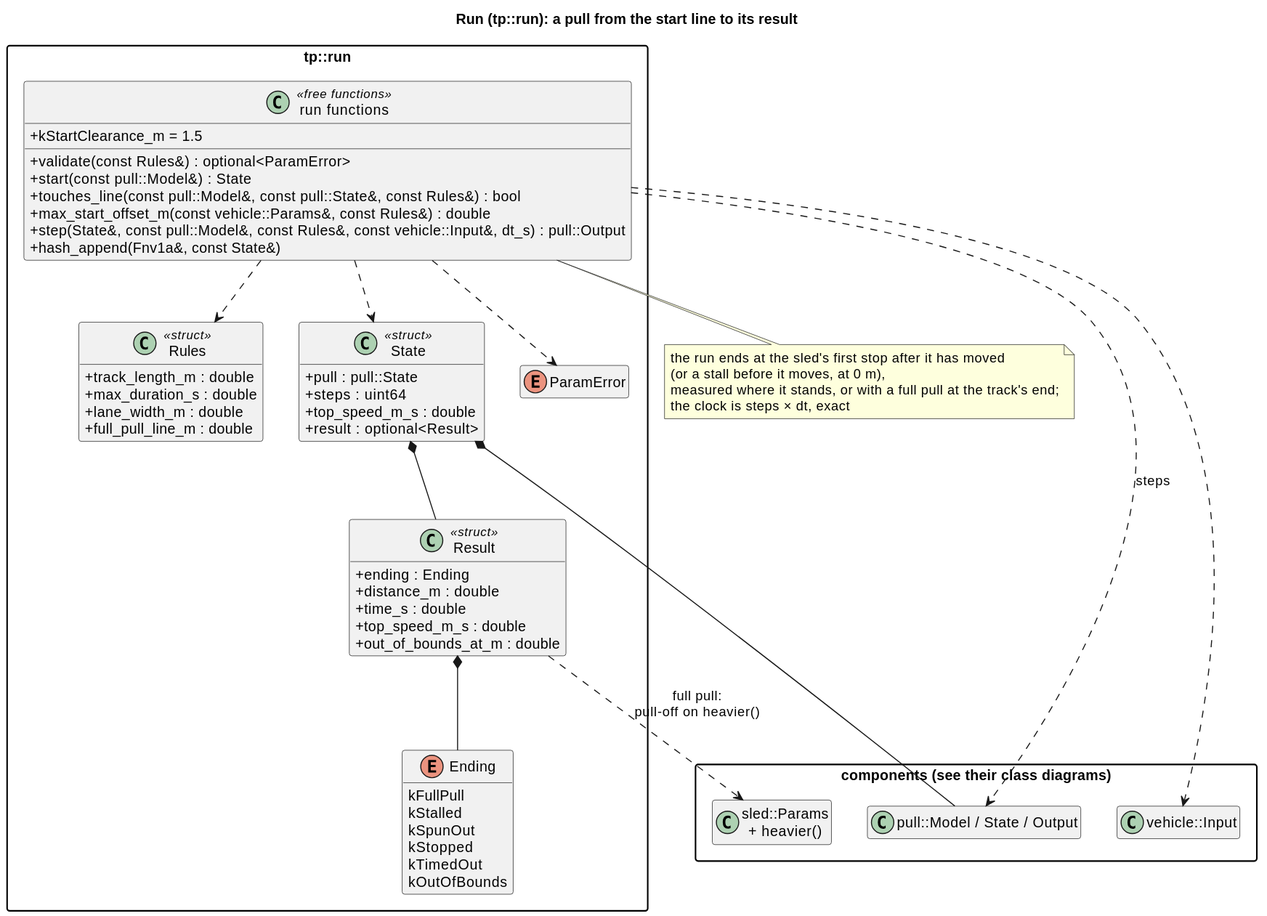
The PlantUML diagram docs/diagrams/svg/run_classes.svg in wversteeg/TractorPulling, before a commit.
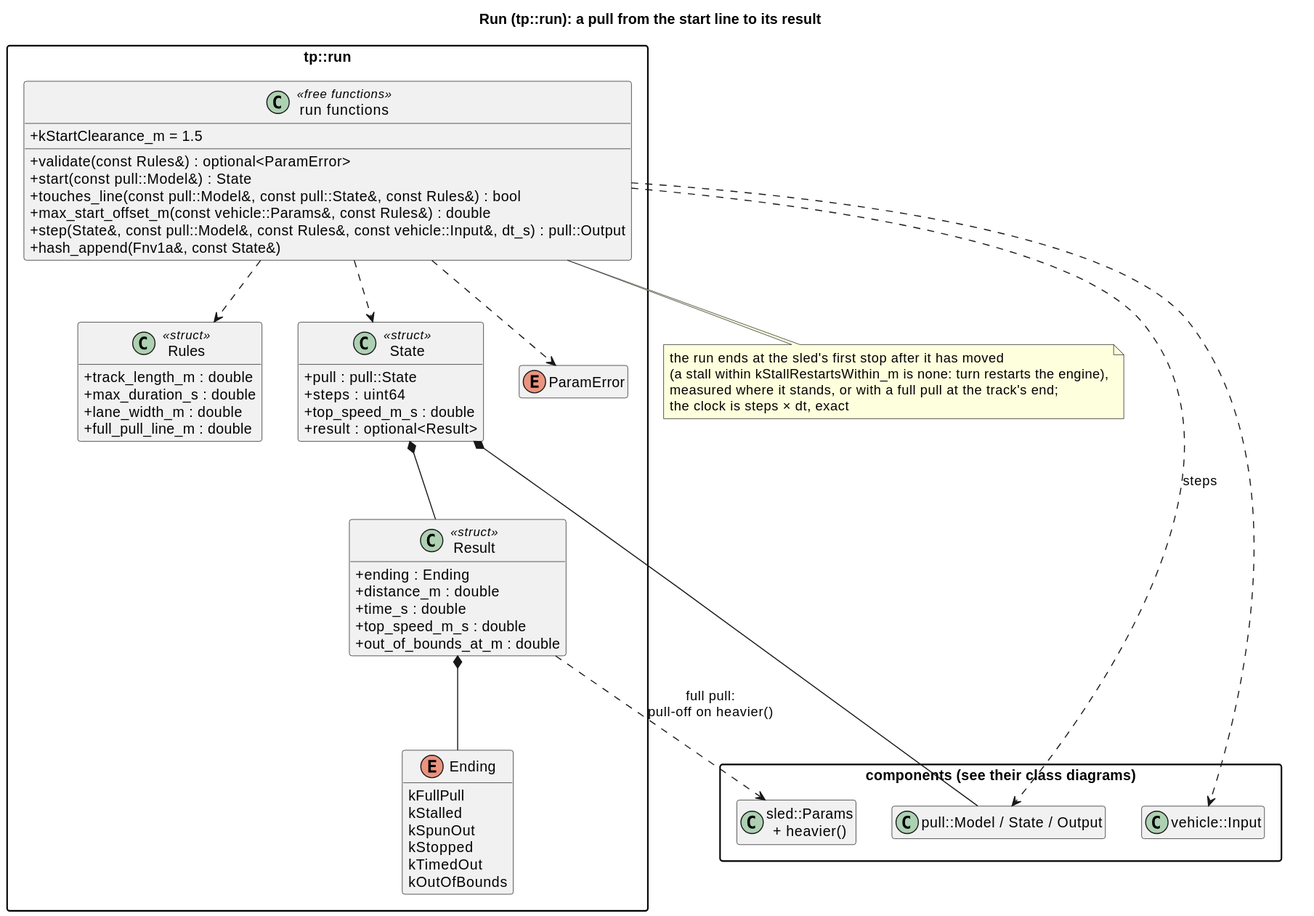
After the change.

Commit message:
A stall before the sled moves 10 cm is no stop: the engine starts again

What changed in the source:
```diff
@@ -60,7 +60,7 @@
 Result ..> Sled : full pull:\npull-off on heavier()
 note bottom of RunFns
   the run ends at the sled's first stop after it has moved
-  (or a stall before it moves, at 0 m),
+  (a stall within kStallRestartsWithin_m is none: turn restarts the engine),
   measured where it stands, or with a full pull at the track's end;
   the clock is steps × dt, exact
 end note
```
